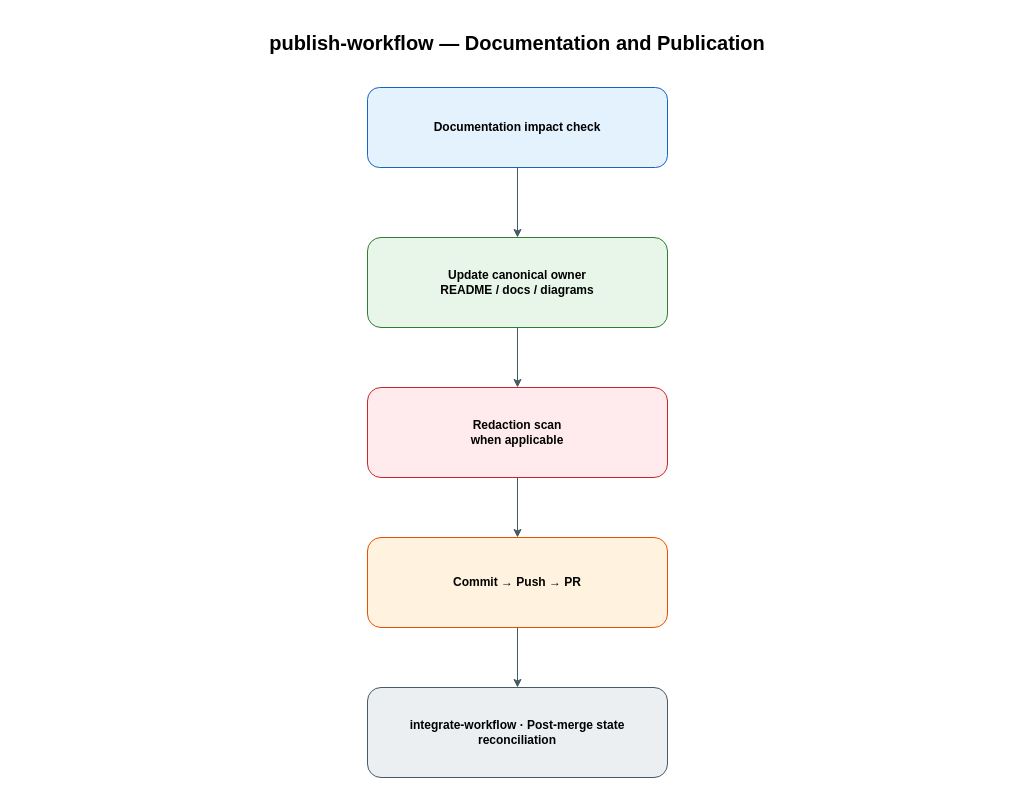
This is docs/diagrams/drawio/docs-publication-flow.drawio from i-zrhe2016/codex-development-workflow, a draw.io file, before an edit. Source tidied: cells renumbered, new cells numbered last; positions are measured from the earlier drawing's top-left corner, leaving out a move shared by most shapes. Both pictures are drawn from the tidied source at 100%, with x=0, y=0 at pixel (17, 17).
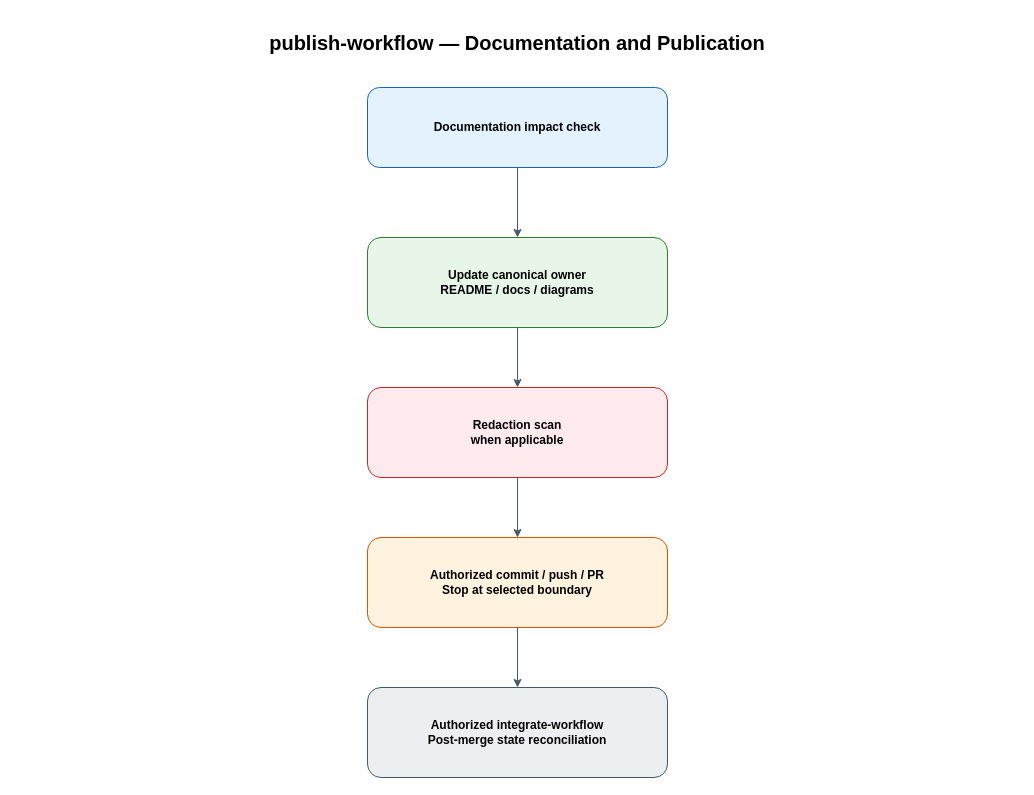
The same diagram, later.

Change to the diagram source:
```diff
@@
 <mxGraphModel background="#ffffff">
   <root>
     <mxCell id="0" />
     <mxCell id="1" parent="0" />
     <mxCell id="2" value="publish-workflow — Documentation and Publication" style="rounded=1;whiteSpace=wrap;html=1;fillColor=#ffffff;strokeColor=none;fontFamily=Arial;fontSize=20;fontStyle=1;align=center;verticalAlign=middle;" parent="1" vertex="1">
       <mxGeometry width="1000" height="50" as="geometry" />
     </mxCell>
     <mxCell id="3" value="Documentation impact check" style="rounded=1;whiteSpace=wrap;html=1;fillColor=#e3f2fd;strokeColor=#1565c0;fontFamily=Arial;fontSize=12;align=center;verticalAlign=middle;spacing=8;fontStyle=1;" parent="1" vertex="1">
       <mxGeometry x="350" y="70" width="300" height="80" as="geometry" />
     </mxCell>
     <mxCell id="4" value="Update canonical owner&#10;README / docs / diagrams" style="rounded=1;whiteSpace=wrap;html=1;fillColor=#e8f5e9;strokeColor=#2e7d32;fontFamily=Arial;fontSize=12;align=center;verticalAlign=middle;spacing=8;fontStyle=1;" parent="1" vertex="1">
       <mxGeometry x="350" y="220" width="300" height="90" as="geometry" />
     </mxCell>
     <mxCell id="5" value="Redaction scan&#10;when applicable" style="rounded=1;whiteSpace=wrap;html=1;fillColor=#ffebee;strokeColor=#c62828;fontFamily=Arial;fontSize=12;align=center;verticalAlign=middle;spacing=8;fontStyle=1;" parent="1" vertex="1">
       <mxGeometry x="350" y="370" width="300" height="90" as="geometry" />
     </mxCell>
-    <mxCell id="6" value="Commit → Push → PR" style="rounded=1;whiteSpace=wrap;html=1;fillColor=#fff3e0;strokeColor=#e65100;fontFamily=Arial;fontSize=12;align=center;verticalAlign=middle;spacing=8;fontStyle=1;" parent="1" vertex="1">
+    <mxCell id="6" value="Authorized commit / push / PR&#10;Stop at selected boundary" style="rounded=1;whiteSpace=wrap;html=1;fillColor=#fff3e0;strokeColor=#e65100;fontFamily=Arial;fontSize=12;align=center;verticalAlign=middle;spacing=8;fontStyle=1;" parent="1" vertex="1">
       <mxGeometry x="350" y="520" width="300" height="90" as="geometry" />
     </mxCell>
-    <mxCell id="7" value="integrate-workflow · Post-merge state reconciliation" style="rounded=1;whiteSpace=wrap;html=1;fillColor=#eceff1;strokeColor=#455a64;fontFamily=Arial;fontSize=12;align=center;verticalAlign=middle;spacing=8;fontStyle=1;" parent="1" vertex="1">
+    <mxCell id="7" value="Authorized integrate-workflow&#10;Post-merge state reconciliation" style="rounded=1;whiteSpace=wrap;html=1;fillColor=#eceff1;strokeColor=#455a64;fontFamily=Arial;fontSize=12;align=center;verticalAlign=middle;spacing=8;fontStyle=1;" parent="1" vertex="1">
       <mxGeometry x="350" y="670" width="300" height="90" as="geometry" />
     </mxCell>
     <mxCell id="8" style="edgeStyle=orthogonalEdgeStyle;rounded=0;jettySize=auto;html=1;endArrow=classic;endFill=1;strokeColor=#455a64;fontColor=#455a64;fontFamily=Arial;fontSize=11;" parent="1" edge="1" source="3" target="4">
       <mxGeometry relative="1" as="geometry" />
     </mxCell>
     <mxCell id="9" style="edgeStyle=orthogonalEdgeStyle;rounded=0;jettySize=auto;html=1;endArrow=classic;endFill=1;strokeColor=#455a64;fontColor=#455a64;fontFamily=Arial;fontSize=11;" parent="1" edge="1" source="4" target="5">
       <mxGeometry relative="1" as="geometry" />
     </mxCell>
     <mxCell id="10" style="edgeStyle=orthogonalEdgeStyle;rounded=0;jettySize=auto;html=1;endArrow=classic;endFill=1;strokeColor=#455a64;fontColor=#455a64;fontFamily=Arial;fontSize=11;" parent="1" edge="1" source="5" target="6">
       <mxGeometry relative="1" as="geometry" />
     </mxCell>
     <mxCell id="11" style="edgeStyle=orthogonalEdgeStyle;rounded=0;jettySize=auto;html=1;endArrow=classic;endFill=1;strokeColor=#455a64;fontColor=#455a64;fontFamily=Arial;fontSize=11;" parent="1" edge="1" source="6" target="7">
       <mxGeometry relative="1" as="geometry" />
     </mxCell>
   </root>
 </mxGraphModel>
```
